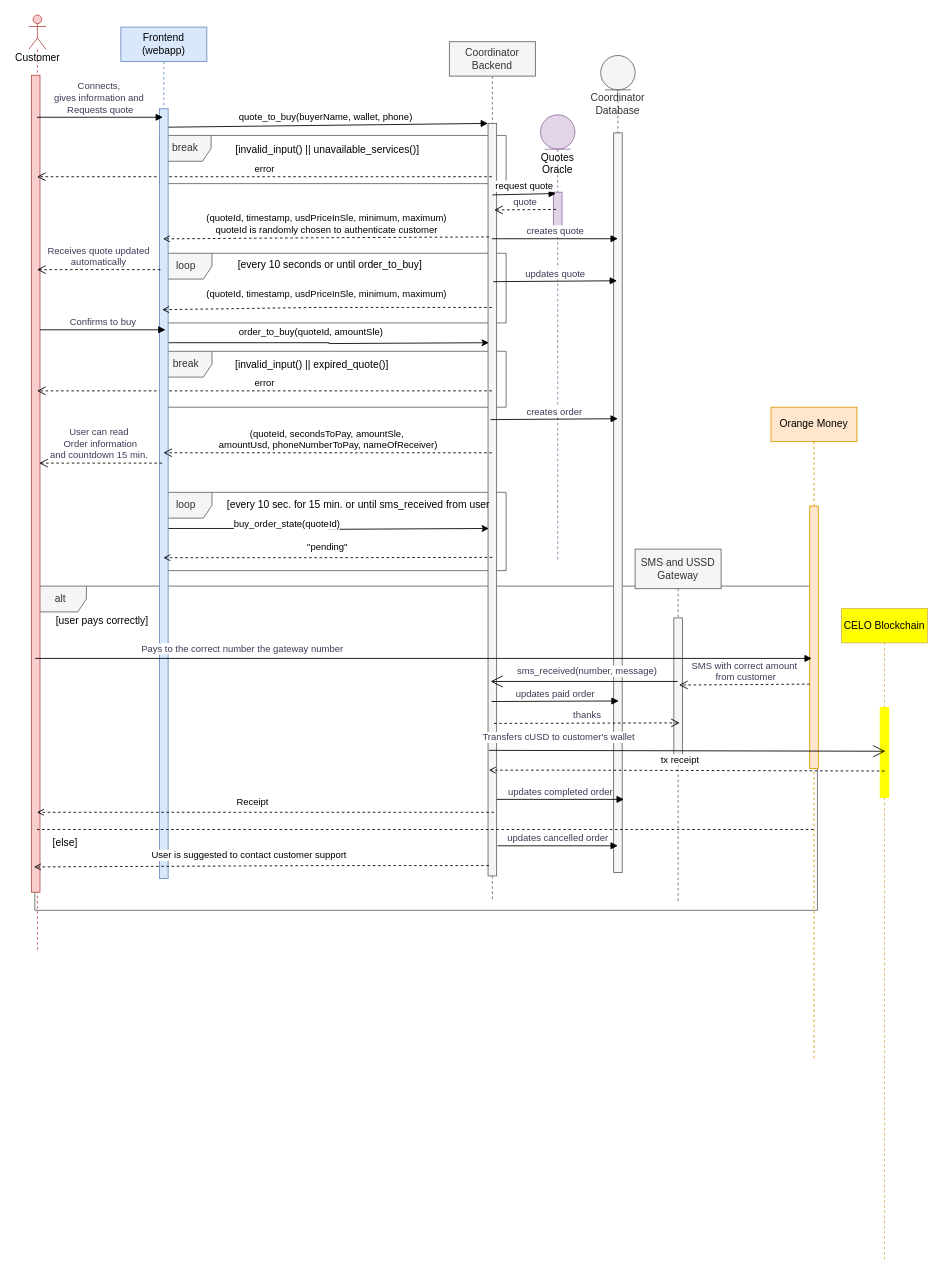
pasosdeJesus/stable-sl keeps this draw.io diagram as page "Sequence diagram" (1 of 2) of doc/img/seq_onramp.drawio. Above is the earlier version. Source tidied: cells renumbered, new cells numbered last; positions are measured from the earlier drawing's top-left corner, leaving out a move shared by most shapes. Both pictures are drawn from the tidied source at 86%, with x=0, y=0 at pixel (28, 15).
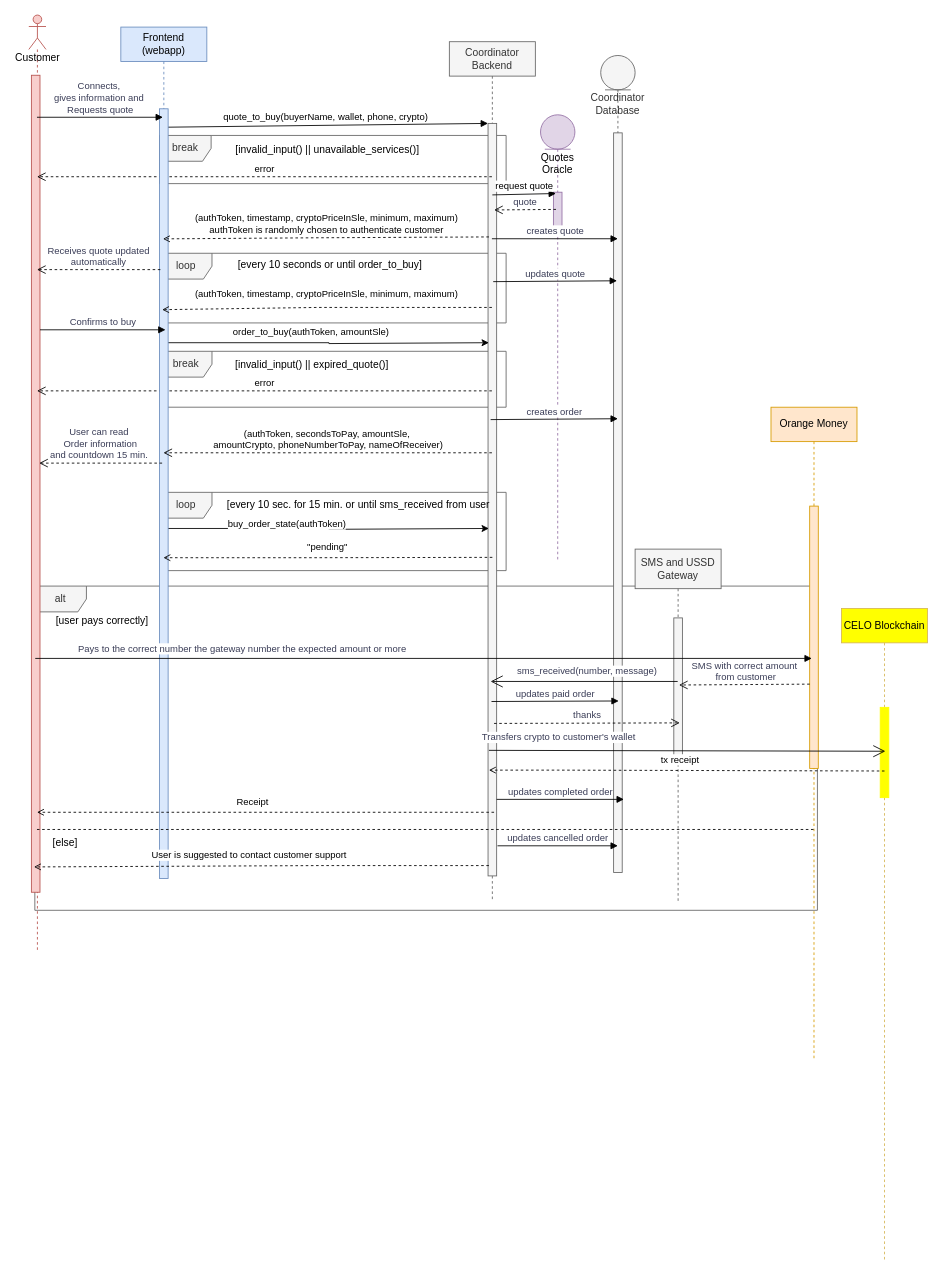
Above is the later version.

Unchanged cells that the change refers to:
```xml
<mxCell id="14" value="Coordinator Backend" style="shape=umlLifeline;perimeter=lifelinePerimeter;whiteSpace=wrap;html=1;outlineConnect=0;fillColor=#f5f5f5;strokeColor=#666666;fontColor=#333333;" parent="1" vertex="1">
  <mxGeometry x="489" y="31" width="100" height="1000" as="geometry" />
</mxCell>
<mxCell id="15" style="html=1;points=[];perimeter=orthogonalPerimeter;fillColor=#f5f5f5;strokeColor=#666666;fontColor=#333333;" parent="14" vertex="1">
  <mxGeometry x="45" y="95" width="10" height="875" as="geometry" />
</mxCell>
<mxCell id="16" style="edgeStyle=orthogonalEdgeStyle;rounded=0;orthogonalLoop=1;jettySize=auto;html=1;curved=0;exitX=0.6;exitY=0.303;exitDx=0;exitDy=0;exitPerimeter=0;" parent="1" edge="1">
  <mxGeometry relative="1" as="geometry">
    <mxPoint x="158" y="385.2" as="sourcePoint" />
    <mxPoint x="535" y="381" as="targetPoint" />
    <Array as="points">
      <mxPoint x="158" y="381" />
      <mxPoint x="349" y="381" />
      <mxPoint x="349" y="382" />
    </Array>
  </mxGeometry>
</mxCell>
<mxCell id="24" style="edgeStyle=orthogonalEdgeStyle;rounded=0;jettySize=auto;html=1;curved=0;entryX=0;entryY=0;entryDx=0;entryDy=5;entryPerimeter=0;exitX=0.4;exitY=0.606;exitDx=0;exitDy=0;exitPerimeter=0;" parent="1" edge="1" source="27">
  <mxGeometry relative="1" as="geometry">
    <mxPoint x="535" y="597" as="targetPoint" />
    <Array as="points">
      <mxPoint x="156" y="597" />
      <mxPoint x="349" y="597" />
      <mxPoint x="349" y="598" />
    </Array>
  </mxGeometry>
</mxCell>
<mxCell id="27" style="html=1;points=[];perimeter=orthogonalPerimeter;fillColor=#dae8fc;strokeColor=#6c8ebf;" parent="26" vertex="1">
  <mxGeometry x="45" y="95" width="10" height="895" as="geometry" />
</mxCell>
<mxCell id="30" style="edgeStyle=none;rounded=0;jettySize=auto;html=1;endArrow=open;endFill=0;dashed=1;entryX=0.4;entryY=0.169;entryDx=0;entryDy=0;entryPerimeter=0;" parent="1" edge="1" target="27">
  <mxGeometry relative="1" as="geometry">
    <mxPoint x="535" y="258" as="sourcePoint" />
    <Array as="points">
      <mxPoint x="334" y="259" />
    </Array>
  </mxGeometry>
</mxCell>
<mxCell id="32" style="edgeStyle=none;rounded=0;jettySize=auto;html=1;endArrow=open;endFill=0;dashed=1;entryX=0.3;entryY=0.261;entryDx=0;entryDy=0;entryPerimeter=0;" parent="1" edge="1" source="14" target="27">
  <mxGeometry relative="1" as="geometry">
    <Array as="points">
      <mxPoint x="335" y="340" />
    </Array>
  </mxGeometry>
</mxCell>
<mxCell id="51" style="endArrow=open;endFill=1;endSize=12;html=1;rounded=0;strokeColor=#000000;fontColor=#393C56;fillColor=#F2CC8F;entryX=0.6;entryY=0.486;entryDx=0;entryDy=0;entryPerimeter=0;" parent="1" edge="1" target="50">
  <mxGeometry relative="1" as="geometry">
    <mxPoint x="535" y="855" as="sourcePoint" />
  </mxGeometry>
</mxCell>
```

The edit, as a diff of the source:
```diff
@@
-    <mxCell id="9" value="quote_to_buy(buyerName, wallet, phone)" style="html=1;verticalAlign=bottom;endArrow=block;entryX=0;entryY=0;rounded=0;exitX=0.3;exitY=0.024;exitDx=0;exitDy=0;exitPerimeter=0;" parent="1" edge="1" source="27" target="15">
+    <mxCell id="9" value="quote_to_buy(buyerName, wallet, phone, crypto)" style="html=1;verticalAlign=bottom;endArrow=block;entryX=0;entryY=0;rounded=0;exitX=0.3;exitY=0.024;exitDx=0;exitDy=0;exitPerimeter=0;" parent="1" edge="1" source="27" target="15">
       <mxGeometry relative="1" as="geometry" />
     </mxCell>
@@
-    <mxCell id="17" value="order_to_buy(quoteId, amountSle)" style="edgeLabel;html=1;align=center;verticalAlign=middle;" parent="16" vertex="1">
+    <mxCell id="17" value="order_to_buy(authToken, amountSle)" style="edgeLabel;html=1;align=center;verticalAlign=middle;" parent="16" vertex="1">
       <mxGeometry x="-0.09" relative="1" as="geometry">
         <mxPoint y="-13" as="offset" />
       </mxGeometry>
     </mxCell>
@@
-    <mxCell id="25" value="buy_order_state(quoteId)" style="edgeLabel;html=1;align=center;verticalAlign=middle;" parent="24" vertex="1">
+    <mxCell id="25" value="buy_order_state(authToken)" style="edgeLabel;html=1;align=center;verticalAlign=middle;" parent="24" vertex="1">
       <mxGeometry x="-0.09" relative="1" as="geometry">
         <mxPoint y="-6" as="offset" />
       </mxGeometry>
     </mxCell>
@@
-    <mxCell id="31" value="(quoteId, timestamp, usdPriceInSle, minimum, maximum)&lt;div&gt;quoteId is randomly chosen to authenticate customer&lt;/div&gt;" style="edgeLabel;html=1;align=center;verticalAlign=middle;" parent="30" vertex="1">
+    <mxCell id="31" value="(authToken, timestamp, cryptoPriceInSle, minimum, maximum)&lt;div&gt;authToken is randomly chosen to authenticate customer&lt;/div&gt;" style="edgeLabel;html=1;align=center;verticalAlign=middle;" parent="30" vertex="1">
       <mxGeometry x="0.2" relative="1" as="geometry">
         <mxPoint x="37" y="-17" as="offset" />
       </mxGeometry>
     </mxCell>
@@
-    <mxCell id="33" value="(quoteId, timestamp, usdPriceInSle, minimum, maximum)" style="edgeLabel;html=1;align=center;verticalAlign=middle;" parent="32" vertex="1">
+    <mxCell id="33" value="(authToken, timestamp, cryptoPriceInSle, minimum, maximum)" style="edgeLabel;html=1;align=center;verticalAlign=middle;" parent="32" vertex="1">
       <mxGeometry x="0.2" relative="1" as="geometry">
         <mxPoint x="37" y="-17" as="offset" />
       </mxGeometry>
     </mxCell>
@@
-    <mxCell id="35" value="(quoteId, secondsToPay, amountSle,&amp;nbsp;&lt;div&gt;amountUsd, phoneNumberToPay, nameOfReceiver)&lt;/div&gt;" style="html=1;verticalAlign=bottom;endArrow=open;dashed=1;endSize=8;curved=0;rounded=0;" parent="1" edge="1" source="14">
+    <mxCell id="35" value="(authToken, secondsToPay, amountSle,&amp;nbsp;&lt;div&gt;amountCrypto, phoneNumberToPay, nameOfReceiver)&lt;/div&gt;" style="html=1;verticalAlign=bottom;endArrow=open;dashed=1;endSize=8;curved=0;rounded=0;" parent="1" edge="1" source="14">
       <mxGeometry relative="1" as="geometry">
         <mxPoint x="156.5" y="509" as="targetPoint" />
       </mxGeometry>
     </mxCell>
@@
-    <mxCell id="43" value="Pays to the correct number the gateway number" style="html=1;verticalAlign=bottom;endArrow=block;curved=0;rounded=0;strokeColor=#000000;fontColor=#393C56;fillColor=#F2CC8F;" parent="1" edge="1">
+    <mxCell id="43" value="Pays to the correct number the gateway number the expected amount or more" style="html=1;verticalAlign=bottom;endArrow=block;curved=0;rounded=0;strokeColor=#000000;fontColor=#393C56;fillColor=#F2CC8F;" parent="1" edge="1">
       <mxGeometry x="-0.47" y="2" relative="1" as="geometry">
         <mxPoint x="7.5" y="748.1" as="sourcePoint" />
         <mxPoint x="910.5" y="748.1" as="targetPoint" />
         <mxPoint x="1" as="offset" />
       </mxGeometry>
     </mxCell>
@@
-    <mxCell id="52" value="Trans&lt;span style=&quot;background-color: light-dark(#ffffff, var(--ge-dark-color, #121212)); color: light-dark(rgb(57, 60, 86), rgb(182, 184, 207));&quot;&gt;fers cUSD to customer's wallet&lt;/span&gt;" style="edgeLabel;html=1;align=center;verticalAlign=middle;strokeColor=#E07A5F;fontColor=#393C56;fillColor=#F2CC8F;" parent="51" vertex="1">
+    <mxCell id="52" value="Trans&lt;span style=&quot;background-color: light-dark(#ffffff, var(--ge-dark-color, #121212)); color: light-dark(rgb(57, 60, 86), rgb(182, 184, 207));&quot;&gt;fers crypto to customer's wallet&lt;/span&gt;" style="edgeLabel;html=1;align=center;verticalAlign=middle;strokeColor=#E07A5F;fontColor=#393C56;fillColor=#F2CC8F;" parent="51" vertex="1">
       <mxGeometry x="0.06" y="2" relative="1" as="geometry">
         <mxPoint x="-164" y="-14" as="offset" />
       </mxGeometry>
     </mxCell>
```
